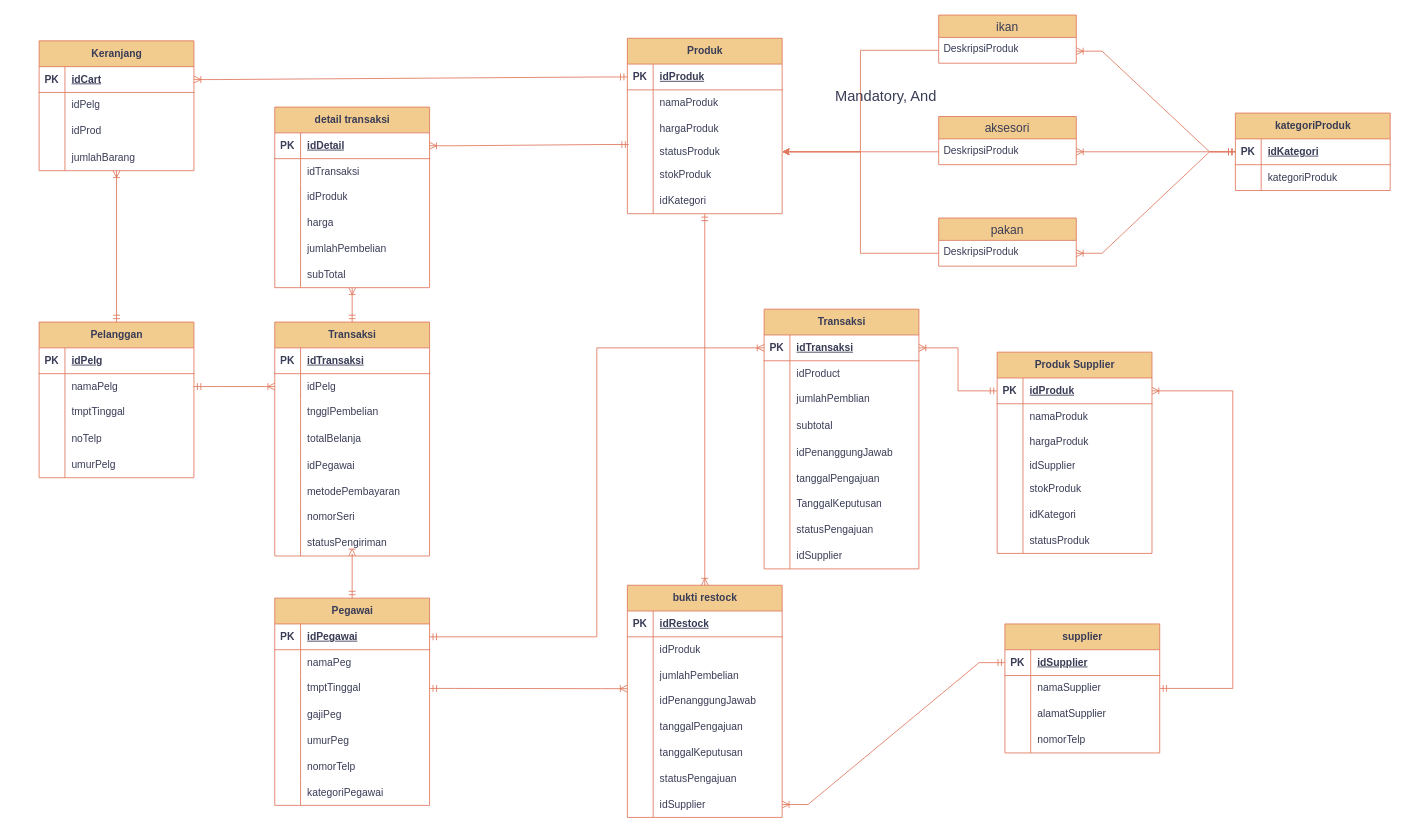
This is Diagram Tanpa Judul.drawio from shinoaaa/flowchartttz, a draw.io file, before an edit. Source tidied: cells renumbered, new cells numbered last; positions are measured from the earlier drawing's top-left corner, leaving out a move shared by most shapes. Both pictures are drawn from the tidied source at 86%, with x=0, y=0 at pixel (39, 15).
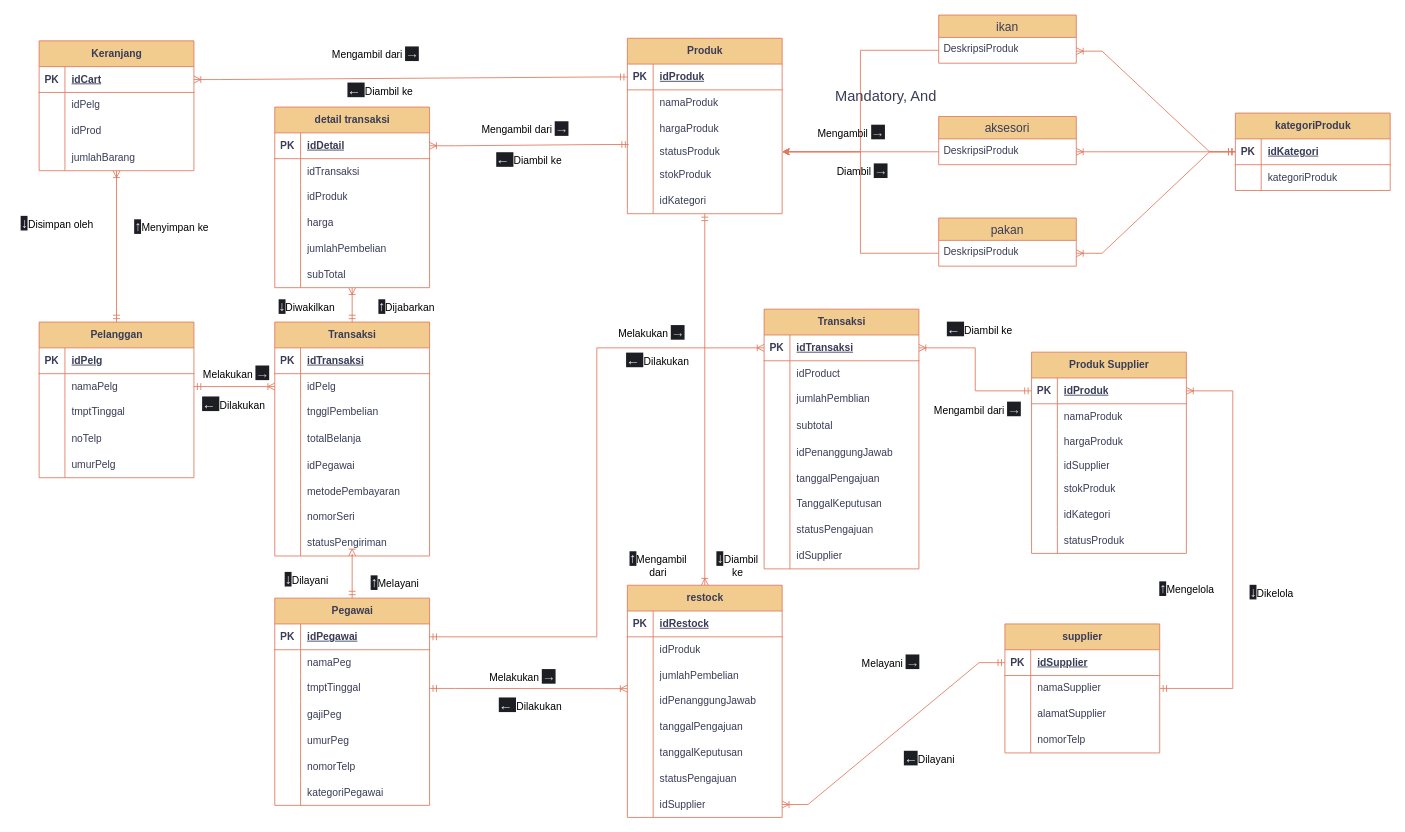
After the change.

What changed in the source:
```diff
@@
-    <mxCell id="129" value="bukti restock" style="shape=table;startSize=30;childLayout=tableLayout;rowLines=0;fontStyle=1;align=center;html=1;labelBackgroundColor=none;fillColor=#F2CC8F;strokeColor=#E07A5F;fontColor=#393C56;" parent="1" vertex="1">
+    <mxCell id="129" value="restock" style="shape=table;startSize=30;childLayout=tableLayout;rowLines=0;fontStyle=1;align=center;html=1;labelBackgroundColor=none;fillColor=#F2CC8F;strokeColor=#E07A5F;fontColor=#393C56;" parent="1" vertex="1">
       <mxGeometry x="684" y="663" width="180" height="270" as="geometry" />
     </mxCell>
@@
     <mxCell id="185" value="Produk Supplier" style="shape=table;startSize=30;childLayout=tableLayout;rowLines=0;fontStyle=1;align=center;html=1;labelBackgroundColor=none;fillColor=#F2CC8F;strokeColor=#E07A5F;fontColor=#393C56;" parent="1" vertex="1">
-      <mxGeometry x="1114" y="392" width="180" height="234" as="geometry" />
+      <mxGeometry x="1154" y="392" width="180" height="234" as="geometry" />
     </mxCell>
@@
+    <mxCell id="238" value="Mengambil dari&amp;nbsp;&lt;span style=&quot;color: rgb(191, 191, 191); font-family: &amp;quot;Google Sans&amp;quot;, Arial, sans-serif; font-size: 16px; text-align: start; background-color: rgb(28, 30, 36);&quot;&gt;→&lt;/span&gt;" style="text;html=1;whiteSpace=wrap;strokeColor=none;fillColor=none;align=center;verticalAlign=middle;rounded=0;" parent="1" vertex="1">
+      <mxGeometry x="321" y="27" width="141" height="36" as="geometry" />
+    </mxCell>
+    <mxCell id="239" value="&lt;span style=&quot;color: rgb(230, 232, 240); font-family: &amp;quot;Google Sans&amp;quot;, Arial, sans-serif; font-size: 16px; text-align: start; background-color: rgb(28, 30, 36);&quot;&gt;←&amp;nbsp;&lt;/span&gt;Diambil ke&amp;nbsp;" style="text;html=1;whiteSpace=wrap;strokeColor=none;fillColor=none;align=center;verticalAlign=middle;rounded=0;" parent="1" vertex="1">
+      <mxGeometry x="328" y="69" width="141" height="36" as="geometry" />
+    </mxCell>
+    <mxCell id="240" value="&lt;span style=&quot;color: rgb(230, 232, 240); font-family: &amp;quot;Google Sans&amp;quot;, Arial, sans-serif; font-size: 16px; text-align: start; background-color: rgb(28, 30, 36);&quot;&gt;↑&lt;/span&gt;Menyimpan ke" style="text;html=1;whiteSpace=wrap;strokeColor=none;fillColor=none;align=center;verticalAlign=middle;rounded=0;" parent="1" vertex="1">
+      <mxGeometry x="84" y="228" width="141" height="36" as="geometry" />
+    </mxCell>
+    <mxCell id="241" value="&lt;span style=&quot;color: rgb(230, 232, 240); font-family: &amp;quot;Google Sans&amp;quot;, Arial, sans-serif; font-size: 16px; text-align: start; background-color: rgb(28, 30, 36);&quot;&gt;↓&lt;/span&gt;Disimpan oleh" style="text;html=1;whiteSpace=wrap;strokeColor=none;fillColor=none;align=center;verticalAlign=middle;rounded=0;" parent="1" vertex="1">
+      <mxGeometry x="-28" y="224" width="99" height="36" as="geometry" />
+    </mxCell>
+    <mxCell id="242" value="Melakukan&amp;nbsp;&lt;span style=&quot;color: rgb(191, 191, 191); font-family: &amp;quot;Google Sans&amp;quot;, Arial, sans-serif; font-size: 16px; text-align: start; background-color: rgb(28, 30, 36);&quot;&gt;→&lt;/span&gt;" style="text;html=1;whiteSpace=wrap;strokeColor=none;fillColor=none;align=center;verticalAlign=middle;rounded=0;" parent="1" vertex="1">
+      <mxGeometry x="159" y="398" width="141" height="36" as="geometry" />
+    </mxCell>
+    <mxCell id="243" value="&lt;span style=&quot;color: rgb(230, 232, 240); font-family: &amp;quot;Google Sans&amp;quot;, Arial, sans-serif; font-size: 16px; text-align: start; background-color: rgb(28, 30, 36);&quot;&gt;←&amp;nbsp;&lt;/span&gt;Dilakukan" style="text;html=1;whiteSpace=wrap;strokeColor=none;fillColor=none;align=center;verticalAlign=middle;rounded=0;" parent="1" vertex="1">
+      <mxGeometry x="156" y="434" width="141" height="36" as="geometry" />
+    </mxCell>
+    <mxCell id="244" value="&lt;span style=&quot;color: rgb(230, 232, 240); font-family: &amp;quot;Google Sans&amp;quot;, Arial, sans-serif; font-size: 16px; text-align: start; background-color: rgb(28, 30, 36);&quot;&gt;↑&lt;/span&gt;Dijabarkan" style="text;html=1;whiteSpace=wrap;strokeColor=none;fillColor=none;align=center;verticalAlign=middle;rounded=0;" parent="1" vertex="1">
+      <mxGeometry x="357" y="321" width="141" height="36" as="geometry" />
+    </mxCell>
+    <mxCell id="245" value="&lt;span style=&quot;color: rgb(230, 232, 240); font-family: &amp;quot;Google Sans&amp;quot;, Arial, sans-serif; font-size: 16px; text-align: start; background-color: rgb(28, 30, 36);&quot;&gt;↓&lt;/span&gt;Diwakilkan" style="text;html=1;whiteSpace=wrap;strokeColor=none;fillColor=none;align=center;verticalAlign=middle;rounded=0;" parent="1" vertex="1">
+      <mxGeometry x="262" y="321" width="99" height="36" as="geometry" />
+    </mxCell>
+    <mxCell id="246" value="&lt;span style=&quot;color: rgb(230, 232, 240); font-family: &amp;quot;Google Sans&amp;quot;, Arial, sans-serif; font-size: 16px; text-align: start; background-color: rgb(28, 30, 36);&quot;&gt;↑&lt;/span&gt;Melayani" style="text;html=1;whiteSpace=wrap;strokeColor=none;fillColor=none;align=center;verticalAlign=middle;rounded=0;" parent="1" vertex="1">
+      <mxGeometry x="371" y="642" width="86" height="36" as="geometry" />
+    </mxCell>
+    <mxCell id="247" value="&lt;span style=&quot;color: rgb(230, 232, 240); font-family: &amp;quot;Google Sans&amp;quot;, Arial, sans-serif; font-size: 16px; text-align: start; background-color: rgb(28, 30, 36);&quot;&gt;↓&lt;/span&gt;Dilayani" style="text;html=1;whiteSpace=wrap;strokeColor=none;fillColor=none;align=center;verticalAlign=middle;rounded=0;" parent="1" vertex="1">
+      <mxGeometry x="262" y="638" width="99" height="36" as="geometry" />
+    </mxCell>
+    <mxCell id="248" value="Melakukan&amp;nbsp;&lt;span style=&quot;color: rgb(191, 191, 191); font-family: &amp;quot;Google Sans&amp;quot;, Arial, sans-serif; font-size: 16px; text-align: start; background-color: rgb(28, 30, 36);&quot;&gt;→&lt;/span&gt;" style="text;html=1;whiteSpace=wrap;strokeColor=none;fillColor=none;align=center;verticalAlign=middle;rounded=0;" parent="1" vertex="1">
+      <mxGeometry x="642" y="351" width="141" height="36" as="geometry" />
+    </mxCell>
+    <mxCell id="249" value="&lt;span style=&quot;color: rgb(230, 232, 240); font-family: &amp;quot;Google Sans&amp;quot;, Arial, sans-serif; font-size: 16px; text-align: start; background-color: rgb(28, 30, 36);&quot;&gt;←&amp;nbsp;&lt;/span&gt;Dilakukan" style="text;html=1;whiteSpace=wrap;strokeColor=none;fillColor=none;align=center;verticalAlign=middle;rounded=0;" parent="1" vertex="1">
+      <mxGeometry x="649" y="383" width="141" height="36" as="geometry" />
+    </mxCell>
+    <mxCell id="250" value="Melakukan&amp;nbsp;&lt;span style=&quot;color: rgb(191, 191, 191); font-family: &amp;quot;Google Sans&amp;quot;, Arial, sans-serif; font-size: 16px; text-align: start; background-color: rgb(28, 30, 36);&quot;&gt;→&lt;/span&gt;" style="text;html=1;whiteSpace=wrap;strokeColor=none;fillColor=none;align=center;verticalAlign=middle;rounded=0;" parent="1" vertex="1">
+      <mxGeometry x="492" y="751" width="141" height="36" as="geometry" />
+    </mxCell>
+    <mxCell id="251" value="&lt;span style=&quot;color: rgb(230, 232, 240); font-family: &amp;quot;Google Sans&amp;quot;, Arial, sans-serif; font-size: 16px; text-align: start; background-color: rgb(28, 30, 36);&quot;&gt;←&amp;nbsp;&lt;/span&gt;Dilakukan" style="text;html=1;whiteSpace=wrap;strokeColor=none;fillColor=none;align=center;verticalAlign=middle;rounded=0;" parent="1" vertex="1">
+      <mxGeometry x="501" y="784" width="141" height="36" as="geometry" />
+    </mxCell>
+    <mxCell id="252" value="Melayani&amp;nbsp;&lt;span style=&quot;color: rgb(191, 191, 191); font-family: &amp;quot;Google Sans&amp;quot;, Arial, sans-serif; font-size: 16px; text-align: start; background-color: rgb(28, 30, 36);&quot;&gt;→&lt;/span&gt;" style="text;html=1;whiteSpace=wrap;strokeColor=none;fillColor=none;align=center;verticalAlign=middle;rounded=0;" parent="1" vertex="1">
+      <mxGeometry x="920" y="734" width="141" height="36" as="geometry" />
+    </mxCell>
+    <mxCell id="253" value="&lt;span style=&quot;color: rgb(230, 232, 240); font-family: &amp;quot;Google Sans&amp;quot;, Arial, sans-serif; font-size: 16px; text-align: start; background-color: rgb(28, 30, 36);&quot;&gt;←&lt;/span&gt;Dilayani" style="text;html=1;whiteSpace=wrap;strokeColor=none;fillColor=none;align=center;verticalAlign=middle;rounded=0;" parent="1" vertex="1">
+      <mxGeometry x="965" y="846" width="141" height="36" as="geometry" />
+    </mxCell>
+    <mxCell id="254" value="&lt;span style=&quot;color: rgb(230, 232, 240); font-family: &amp;quot;Google Sans&amp;quot;, Arial, sans-serif; font-size: 16px; text-align: start; background-color: rgb(28, 30, 36);&quot;&gt;↑&lt;/span&gt;Mengambil dari" style="text;html=1;whiteSpace=wrap;strokeColor=none;fillColor=none;align=center;verticalAlign=middle;rounded=0;" parent="1" vertex="1">
+      <mxGeometry x="676.5" y="621" width="86" height="36" as="geometry" />
+    </mxCell>
+    <mxCell id="255" value="&lt;span style=&quot;color: rgb(230, 232, 240); font-family: &amp;quot;Google Sans&amp;quot;, Arial, sans-serif; font-size: 16px; text-align: start; background-color: rgb(28, 30, 36);&quot;&gt;↓&lt;/span&gt;Diambil&lt;div&gt;ke&lt;/div&gt;" style="text;html=1;whiteSpace=wrap;strokeColor=none;fillColor=none;align=center;verticalAlign=middle;rounded=0;" parent="1" vertex="1">
+      <mxGeometry x="762.5" y="621" width="99" height="36" as="geometry" />
+    </mxCell>
+    <mxCell id="256" value="Mengambil dari&amp;nbsp;&lt;span style=&quot;color: rgb(191, 191, 191); font-family: &amp;quot;Google Sans&amp;quot;, Arial, sans-serif; font-size: 16px; text-align: start; background-color: rgb(28, 30, 36);&quot;&gt;→&lt;/span&gt;" style="text;html=1;whiteSpace=wrap;strokeColor=none;fillColor=none;align=center;verticalAlign=middle;rounded=0;" parent="1" vertex="1">
+      <mxGeometry x="495" y="114" width="141" height="36" as="geometry" />
+    </mxCell>
+    <mxCell id="257" value="&lt;span style=&quot;color: rgb(230, 232, 240); font-family: &amp;quot;Google Sans&amp;quot;, Arial, sans-serif; font-size: 16px; text-align: start; background-color: rgb(28, 30, 36);&quot;&gt;←&amp;nbsp;&lt;/span&gt;Diambil ke&amp;nbsp;" style="text;html=1;whiteSpace=wrap;strokeColor=none;fillColor=none;align=center;verticalAlign=middle;rounded=0;" parent="1" vertex="1">
+      <mxGeometry x="501" y="150" width="141" height="36" as="geometry" />
+    </mxCell>
+    <mxCell id="258" value="&lt;span style=&quot;color: rgb(230, 232, 240); font-family: &amp;quot;Google Sans&amp;quot;, Arial, sans-serif; font-size: 16px; text-align: start; background-color: rgb(28, 30, 36);&quot;&gt;↑&lt;/span&gt;Mengelola" style="text;html=1;whiteSpace=wrap;strokeColor=none;fillColor=none;align=center;verticalAlign=middle;rounded=0;" parent="1" vertex="1">
+      <mxGeometry x="1292" y="649" width="86" height="36" as="geometry" />
+    </mxCell>
+    <mxCell id="259" value="&lt;span style=&quot;color: rgb(230, 232, 240); font-family: &amp;quot;Google Sans&amp;quot;, Arial, sans-serif; font-size: 16px; text-align: start; background-color: rgb(28, 30, 36);&quot;&gt;↓&lt;/span&gt;Dikelola" style="text;html=1;whiteSpace=wrap;strokeColor=none;fillColor=none;align=center;verticalAlign=middle;rounded=0;" parent="1" vertex="1">
+      <mxGeometry x="1384" y="653" width="99" height="36" as="geometry" />
+    </mxCell>
+    <mxCell id="260" value="&lt;span style=&quot;color: rgb(230, 232, 240); font-family: &amp;quot;Google Sans&amp;quot;, Arial, sans-serif; font-size: 16px; text-align: start; background-color: rgb(28, 30, 36);&quot;&gt;←&amp;nbsp;&lt;/span&gt;Diambil ke&amp;nbsp;" style="text;html=1;whiteSpace=wrap;strokeColor=none;fillColor=none;align=center;verticalAlign=middle;rounded=0;" parent="1" vertex="1">
+      <mxGeometry x="1025" y="347" width="141" height="36" as="geometry" />
+    </mxCell>
+    <mxCell id="261" value="Mengambil dari&amp;nbsp;&lt;span style=&quot;color: rgb(191, 191, 191); font-family: &amp;quot;Google Sans&amp;quot;, Arial, sans-serif; font-size: 16px; text-align: start; background-color: rgb(28, 30, 36);&quot;&gt;→&lt;/span&gt;" style="text;html=1;whiteSpace=wrap;strokeColor=none;fillColor=none;align=center;verticalAlign=middle;rounded=0;" parent="1" vertex="1">
+      <mxGeometry x="1021" y="440" width="141" height="36" as="geometry" />
+    </mxCell>
+    <mxCell id="262" value="Mengambil&amp;nbsp;&lt;span style=&quot;color: rgb(191, 191, 191); font-family: &amp;quot;Google Sans&amp;quot;, Arial, sans-serif; font-size: 16px; text-align: start; background-color: rgb(28, 30, 36);&quot;&gt;→&lt;/span&gt;" style="text;html=1;whiteSpace=wrap;strokeColor=none;fillColor=none;align=center;verticalAlign=middle;rounded=0;" parent="1" vertex="1">
+      <mxGeometry x="874" y="118" width="141" height="36" as="geometry" />
+    </mxCell>
+    <mxCell id="263" value="Diambil&amp;nbsp;&lt;span style=&quot;color: rgb(191, 191, 191); font-family: &amp;quot;Google Sans&amp;quot;, Arial, sans-serif; font-size: 16px; text-align: start; background-color: rgb(28, 30, 36);&quot;&gt;→&lt;/span&gt;" style="text;html=1;whiteSpace=wrap;strokeColor=none;fillColor=none;align=center;verticalAlign=middle;rounded=0;" parent="1" vertex="1">
+      <mxGeometry x="887" y="163" width="141" height="36" as="geometry" />
+    </mxCell>
```
